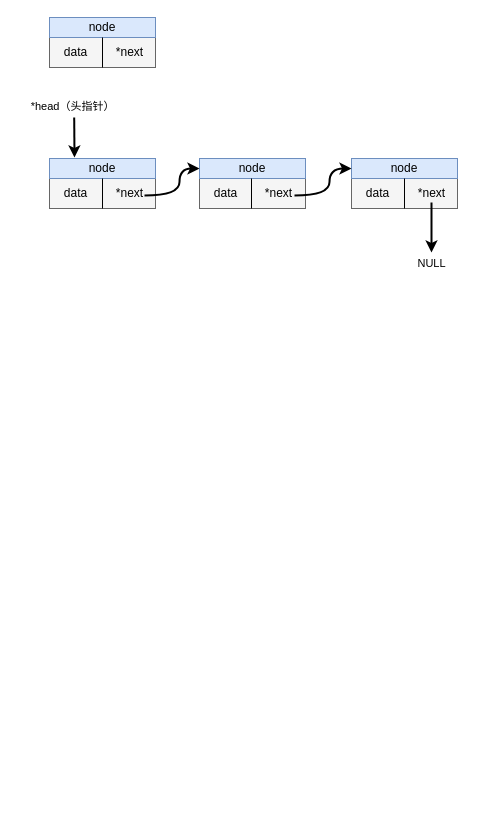
Above: misc/data-struck.drawio in wszdezh/misc (draw.io), before the change. Source tidied: cells renumbered, new cells numbered last; positions are measured from the earlier drawing's top-left corner, leaving out a move shared by most shapes. Both pictures are drawn from the tidied source at 100%, with x=0, y=0 at pixel (17, 17).
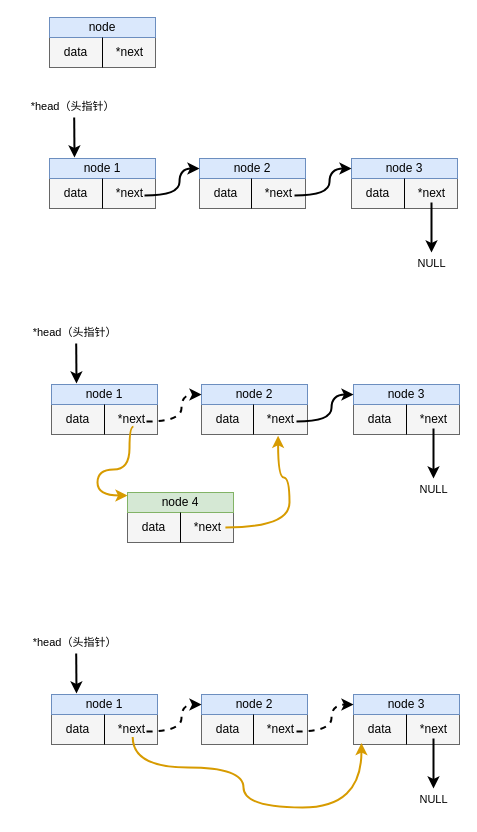
After the change.

Unchanged cells that the change refers to:
```xml
<mxCell id="9" style="group;" parent="1" vertex="1">
  <mxGeometry x="182" y="141" width="106" height="50" as="geometry" />
</mxCell>
<mxCell id="16" style="group;" parent="1" vertex="1">
  <mxGeometry x="32" y="141" width="106" height="50" as="geometry" />
</mxCell>
<mxCell id="24" style="group;" parent="1" vertex="1">
  <mxGeometry x="334" y="141" width="106" height="50" as="geometry" />
</mxCell>
```

What changed in the source:
```diff
@@
-    <mxCell id="11" value="node" style="rounded=0;whiteSpace=wrap;html=1;fillColor=#dae8fc;strokeColor=#6c8ebf;" parent="9" vertex="1">
+    <mxCell id="11" value="node 2" style="rounded=0;whiteSpace=wrap;html=1;fillColor=#dae8fc;strokeColor=#6c8ebf;" parent="9" vertex="1">
       <mxGeometry width="106" height="20" as="geometry" />
     </mxCell>
@@
-    <mxCell id="18" value="node" style="rounded=0;whiteSpace=wrap;html=1;fillColor=#dae8fc;strokeColor=#6c8ebf;" parent="16" vertex="1">
+    <mxCell id="18" value="node 1" style="rounded=0;whiteSpace=wrap;html=1;fillColor=#dae8fc;strokeColor=#6c8ebf;" parent="16" vertex="1">
       <mxGeometry width="106" height="20" as="geometry" />
     </mxCell>
@@
-    <mxCell id="26" value="node" style="rounded=0;whiteSpace=wrap;html=1;fillColor=#dae8fc;strokeColor=#6c8ebf;" parent="24" vertex="1">
+    <mxCell id="26" value="node 3" style="rounded=0;whiteSpace=wrap;html=1;fillColor=#dae8fc;strokeColor=#6c8ebf;" parent="24" vertex="1">
       <mxGeometry width="106" height="20" as="geometry" />
     </mxCell>
@@
+    <mxCell id="36" style="group;" parent="1" vertex="1">
+      <mxGeometry x="184" y="367" width="106" height="50" as="geometry" />
+    </mxCell>
+    <mxCell id="37" style="rounded=0;whiteSpace=wrap;html=1;fillColor=#f5f5f5;fontColor=#333333;strokeColor=#666666;" parent="36" vertex="1">
+      <mxGeometry y="20" width="106" height="30" as="geometry" />
+    </mxCell>
+    <mxCell id="38" value="node 2" style="rounded=0;whiteSpace=wrap;html=1;fillColor=#dae8fc;strokeColor=#6c8ebf;" parent="36" vertex="1">
+      <mxGeometry width="106" height="20" as="geometry" />
+    </mxCell>
+    <mxCell id="39" style="edgeStyle=orthogonalEdgeStyle;rounded=0;orthogonalLoop=1;jettySize=auto;html=1;exitX=0.5;exitY=1;exitDx=0;exitDy=0;" parent="36" edge="1">
+      <mxGeometry relative="1" as="geometry">
+        <mxPoint x="52" y="20" as="sourcePoint" />
+        <mxPoint x="52" y="20" as="targetPoint" />
+      </mxGeometry>
+    </mxCell>
+    <mxCell id="40" style="endArrow=none;html=1;rounded=0;exitX=0.5;exitY=1;exitDx=0;exitDy=0;entryX=0.5;entryY=0;entryDx=0;entryDy=0;" parent="36" edge="1">
+      <mxGeometry relative="1" as="geometry">
+        <mxPoint x="52" y="50" as="sourcePoint" />
+        <mxPoint x="52" y="20" as="targetPoint" />
+      </mxGeometry>
+    </mxCell>
+    <mxCell id="41" value="data" style="text;html=1;align=center;verticalAlign=middle;fillColor=none;strokeColor=none;rounded=0;" parent="36" vertex="1">
+      <mxGeometry x="1" y="20" width="50" height="30" as="geometry" />
+    </mxCell>
+    <mxCell id="42" value="*next" style="text;html=1;align=center;verticalAlign=middle;points=[];fillColor=none;strokeColor=none;rounded=0;" parent="36" vertex="1">
+      <mxGeometry x="54" y="20" width="50" height="30" as="geometry" />
+    </mxCell>
+    <mxCell id="43" style="group;" parent="1" vertex="1">
+      <mxGeometry x="34" y="367" width="106" height="50" as="geometry" />
+    </mxCell>
+    <mxCell id="44" style="rounded=0;whiteSpace=wrap;html=1;fillColor=#f5f5f5;fontColor=#333333;strokeColor=#666666;" parent="43" vertex="1">
+      <mxGeometry y="20" width="106" height="30" as="geometry" />
+    </mxCell>
+    <mxCell id="45" value="node 1" style="rounded=0;whiteSpace=wrap;html=1;fillColor=#dae8fc;strokeColor=#6c8ebf;" parent="43" vertex="1">
+      <mxGeometry width="106" height="20" as="geometry" />
+    </mxCell>
+    <mxCell id="46" style="edgeStyle=orthogonalEdgeStyle;rounded=0;orthogonalLoop=1;jettySize=auto;html=1;exitX=0.5;exitY=1;exitDx=0;exitDy=0;" parent="43" edge="1" source="45" target="45">
+      <mxGeometry relative="1" as="geometry" />
+    </mxCell>
+    <mxCell id="47" style="endArrow=none;html=1;rounded=0;exitX=0.5;exitY=1;exitDx=0;exitDy=0;entryX=0.5;entryY=0;entryDx=0;entryDy=0;" parent="43" edge="1" source="44" target="44">
+      <mxGeometry relative="1" as="geometry" />
+    </mxCell>
+    <mxCell id="48" value="data" style="text;html=1;align=center;verticalAlign=middle;fillColor=none;strokeColor=none;rounded=0;" parent="43" vertex="1">
+      <mxGeometry x="1" y="20" width="50" height="30" as="geometry" />
+    </mxCell>
+    <mxCell id="49" value="*next" style="text;html=1;align=center;verticalAlign=middle;fillColor=none;strokeColor=none;rounded=0;" parent="43" vertex="1">
+      <mxGeometry x="55" y="20" width="50" height="30" as="geometry" />
+    </mxCell>
+    <mxCell id="50" style="curved=1;endArrow=classic;html=1;rounded=0;edgeStyle=orthogonalEdgeStyle;strokeWidth=2;dashed=1;" parent="1" edge="1">
+      <mxGeometry relative="1" as="geometry">
+        <mxPoint x="129" y="404" as="sourcePoint" />
+        <mxPoint x="184" y="377" as="targetPoint" />
+        <Array as="points">
+          <mxPoint x="164" y="404" />
+          <mxPoint x="164" y="377" />
+        </Array>
+      </mxGeometry>
+    </mxCell>
+    <mxCell id="51" style="group;" parent="1" vertex="1">
+      <mxGeometry x="336" y="367" width="106" height="50" as="geometry" />
+    </mxCell>
+    <mxCell id="52" style="rounded=0;whiteSpace=wrap;html=1;fillColor=#f5f5f5;fontColor=#333333;strokeColor=#666666;" parent="51" vertex="1">
+      <mxGeometry y="20" width="106" height="30" as="geometry" />
+    </mxCell>
+    <mxCell id="53" value="node 3" style="rounded=0;whiteSpace=wrap;html=1;fillColor=#dae8fc;strokeColor=#6c8ebf;" parent="51" vertex="1">
+      <mxGeometry width="106" height="20" as="geometry" />
+    </mxCell>
+    <mxCell id="54" style="edgeStyle=orthogonalEdgeStyle;rounded=0;orthogonalLoop=1;jettySize=auto;html=1;exitX=0.5;exitY=1;exitDx=0;exitDy=0;" parent="51" edge="1" source="53" target="53">
+      <mxGeometry relative="1" as="geometry" />
+    </mxCell>
+    <mxCell id="55" style="endArrow=none;html=1;rounded=0;exitX=0.5;exitY=1;exitDx=0;exitDy=0;entryX=0.5;entryY=0;entryDx=0;entryDy=0;" parent="51" edge="1" source="52" target="52">
+      <mxGeometry relative="1" as="geometry" />
+    </mxCell>
+    <mxCell id="56" value="data" style="text;html=1;align=center;verticalAlign=middle;fillColor=none;strokeColor=none;rounded=0;" parent="51" vertex="1">
+      <mxGeometry x="1" y="20" width="50" height="30" as="geometry" />
+    </mxCell>
+    <mxCell id="57" value="*next" style="text;html=1;align=center;verticalAlign=middle;fillColor=none;strokeColor=none;rounded=0;" parent="51" vertex="1">
+      <mxGeometry x="55" y="20" width="50" height="30" as="geometry" />
+    </mxCell>
+    <mxCell id="58" style="curved=1;endArrow=classic;html=1;rounded=0;edgeStyle=orthogonalEdgeStyle;strokeWidth=2;" parent="1" edge="1" target="53">
+      <mxGeometry relative="1" as="geometry">
+        <mxPoint x="279" y="404" as="sourcePoint" />
+        <Array as="points">
+          <mxPoint x="314" y="404" />
+          <mxPoint x="314" y="377" />
+        </Array>
+      </mxGeometry>
+    </mxCell>
+    <mxCell id="59" style="endArrow=classic;html=1;rounded=0;labelBackgroundColor=default;strokeColor=default;fontFamily=Helvetica;fontSize=11;fontColor=default;shape=connector;curved=1;strokeWidth=2;" parent="1" edge="1">
+      <mxGeometry relative="1" as="geometry">
+        <mxPoint x="416" y="411" as="sourcePoint" />
+        <mxPoint x="416" y="461" as="targetPoint" />
+      </mxGeometry>
+    </mxCell>
+    <mxCell id="60" value="NULL" style="text;html=1;align=center;verticalAlign=middle;fillColor=none;strokeColor=none;rounded=0;fontFamily=Helvetica;fontSize=11;fontColor=default;" parent="1" vertex="1">
+      <mxGeometry x="391" y="457" width="50" height="30" as="geometry" />
+    </mxCell>
+    <mxCell id="61" value="*head（头指针）" style="text;html=1;align=center;verticalAlign=middle;fillColor=none;strokeColor=none;rounded=0;fontFamily=Helvetica;fontSize=11;fontColor=default;" parent="1" vertex="1">
+      <mxGeometry x="2" y="300" width="110" height="30" as="geometry" />
+    </mxCell>
+    <mxCell id="62" style="endArrow=classic;html=1;rounded=0;labelBackgroundColor=default;strokeColor=default;fontFamily=Helvetica;fontSize=11;fontColor=default;shape=connector;curved=1;strokeWidth=2;" parent="1" edge="1">
+      <mxGeometry relative="1" as="geometry">
+        <mxPoint x="58.7" y="326" as="sourcePoint" />
+        <mxPoint x="59" y="366" as="targetPoint" />
+      </mxGeometry>
+    </mxCell>
+    <mxCell id="63" style="group;fillColor=#D5E8D4;strokeColor=#82b366;" parent="1" vertex="1">
+      <mxGeometry x="110" y="475" width="106" height="50" as="geometry" />
+    </mxCell>
+    <mxCell id="64" style="rounded=0;whiteSpace=wrap;html=1;fillColor=#f5f5f5;fontColor=#333333;strokeColor=#666666;" parent="1" vertex="1">
+      <mxGeometry x="110" y="495" width="106" height="30" as="geometry" />
+    </mxCell>
+    <mxCell id="65" value="node 4" style="rounded=0;whiteSpace=wrap;html=1;fillColor=#d5e8d4;strokeColor=#82b366;" parent="1" vertex="1">
+      <mxGeometry x="110" y="475" width="106" height="20" as="geometry" />
+    </mxCell>
+    <mxCell id="66" style="edgeStyle=orthogonalEdgeStyle;rounded=0;orthogonalLoop=1;jettySize=auto;html=1;exitX=0.5;exitY=1;exitDx=0;exitDy=0;" parent="1" edge="1" source="65" target="65">
+      <mxGeometry relative="1" as="geometry" />
+    </mxCell>
+    <mxCell id="67" style="endArrow=none;html=1;rounded=0;exitX=0.5;exitY=1;exitDx=0;exitDy=0;entryX=0.5;entryY=0;entryDx=0;entryDy=0;" parent="1" edge="1" source="64" target="64">
+      <mxGeometry relative="1" as="geometry" />
+    </mxCell>
+    <mxCell id="68" value="data" style="text;html=1;align=center;verticalAlign=middle;fillColor=none;strokeColor=none;rounded=0;" parent="1" vertex="1">
+      <mxGeometry x="111" y="495" width="50" height="30" as="geometry" />
+    </mxCell>
+    <mxCell id="69" value="*next" style="text;html=1;align=center;verticalAlign=middle;fillColor=none;strokeColor=none;rounded=0;" parent="1" vertex="1">
+      <mxGeometry x="165" y="495" width="50" height="30" as="geometry" />
+    </mxCell>
+    <mxCell id="70" style="curved=1;endArrow=classic;html=1;rounded=0;edgeStyle=orthogonalEdgeStyle;strokeWidth=2;exitX=0.537;exitY=1.011;exitDx=0;exitDy=0;exitPerimeter=0;strokeColor=#d79b00;fillColor=#ffe6cc;" parent="1" edge="1">
+      <mxGeometry relative="1" as="geometry">
+        <mxPoint x="115.9" y="409.3" as="sourcePoint" />
+        <mxPoint x="110" y="478" as="targetPoint" />
+        <Array as="points">
+          <mxPoint x="112" y="409" />
+          <mxPoint x="112" y="452" />
+          <mxPoint x="80" y="452" />
+          <mxPoint x="80" y="478" />
+        </Array>
+      </mxGeometry>
+    </mxCell>
+    <mxCell id="71" style="curved=1;endArrow=classic;html=1;rounded=0;edgeStyle=orthogonalEdgeStyle;strokeWidth=2;exitX=0.537;exitY=1.011;exitDx=0;exitDy=0;exitPerimeter=0;strokeColor=#d79b00;fillColor=#ffe6cc;entryX=0.452;entryY=1.043;entryDx=0;entryDy=0;entryPerimeter=0;" parent="1" edge="1" target="42">
+      <mxGeometry relative="1" as="geometry">
+        <mxPoint x="207.9" y="510" as="sourcePoint" />
+        <Array as="points">
+          <mxPoint x="272" y="510" />
+          <mxPoint x="272" y="460" />
+          <mxPoint x="261" y="460" />
+        </Array>
+      </mxGeometry>
+    </mxCell>
+    <mxCell id="72" style="group;" parent="1" vertex="1">
+      <mxGeometry x="184" y="677" width="106" height="50" as="geometry" />
+    </mxCell>
+    <mxCell id="73" style="rounded=0;whiteSpace=wrap;html=1;fillColor=#f5f5f5;fontColor=#333333;strokeColor=#666666;" parent="72" vertex="1">
+      <mxGeometry y="20" width="106" height="30" as="geometry" />
+    </mxCell>
+    <mxCell id="74" value="node 2" style="rounded=0;whiteSpace=wrap;html=1;fillColor=#dae8fc;strokeColor=#6c8ebf;" parent="72" vertex="1">
+      <mxGeometry width="106" height="20" as="geometry" />
+    </mxCell>
+    <mxCell id="75" style="edgeStyle=orthogonalEdgeStyle;rounded=0;orthogonalLoop=1;jettySize=auto;html=1;exitX=0.5;exitY=1;exitDx=0;exitDy=0;" parent="72" edge="1">
+      <mxGeometry relative="1" as="geometry">
+        <mxPoint x="52" y="20" as="sourcePoint" />
+        <mxPoint x="52" y="20" as="targetPoint" />
+      </mxGeometry>
+    </mxCell>
+    <mxCell id="76" style="endArrow=none;html=1;rounded=0;exitX=0.5;exitY=1;exitDx=0;exitDy=0;entryX=0.5;entryY=0;entryDx=0;entryDy=0;" parent="72" edge="1">
+      <mxGeometry relative="1" as="geometry">
+        <mxPoint x="52" y="50" as="sourcePoint" />
+        <mxPoint x="52" y="20" as="targetPoint" />
+      </mxGeometry>
+    </mxCell>
+    <mxCell id="77" value="data" style="text;html=1;align=center;verticalAlign=middle;fillColor=none;strokeColor=none;rounded=0;" parent="72" vertex="1">
+      <mxGeometry x="1" y="20" width="50" height="30" as="geometry" />
+    </mxCell>
+    <mxCell id="78" value="*next" style="text;html=1;align=center;verticalAlign=middle;fillColor=none;strokeColor=none;rounded=0;" parent="72" vertex="1">
+      <mxGeometry x="54" y="20" width="50" height="30" as="geometry" />
+    </mxCell>
+    <mxCell id="79" style="group;" parent="1" vertex="1">
+      <mxGeometry x="34" y="677" width="106" height="50" as="geometry" />
+    </mxCell>
+    <mxCell id="80" style="rounded=0;whiteSpace=wrap;html=1;fillColor=#f5f5f5;fontColor=#333333;strokeColor=#666666;" parent="79" vertex="1">
+      <mxGeometry y="20" width="106" height="30" as="geometry" />
+    </mxCell>
+    <mxCell id="81" value="node 1" style="rounded=0;whiteSpace=wrap;html=1;fillColor=#dae8fc;strokeColor=#6c8ebf;" parent="79" vertex="1">
+      <mxGeometry width="106" height="20" as="geometry" />
+    </mxCell>
+    <mxCell id="82" style="edgeStyle=orthogonalEdgeStyle;rounded=0;orthogonalLoop=1;jettySize=auto;html=1;exitX=0.5;exitY=1;exitDx=0;exitDy=0;" parent="79" edge="1" source="81" target="81">
+      <mxGeometry relative="1" as="geometry" />
+    </mxCell>
+    <mxCell id="83" style="endArrow=none;html=1;rounded=0;exitX=0.5;exitY=1;exitDx=0;exitDy=0;entryX=0.5;entryY=0;entryDx=0;entryDy=0;" parent="79" edge="1" source="80" target="80">
+      <mxGeometry relative="1" as="geometry" />
+    </mxCell>
+    <mxCell id="84" value="data" style="text;html=1;align=center;verticalAlign=middle;fillColor=none;strokeColor=none;rounded=0;" parent="79" vertex="1">
+      <mxGeometry x="1" y="20" width="50" height="30" as="geometry" />
+    </mxCell>
+    <mxCell id="85" value="*next" style="text;html=1;align=center;verticalAlign=middle;fillColor=none;strokeColor=none;rounded=0;" parent="79" vertex="1">
+      <mxGeometry x="55" y="20" width="50" height="30" as="geometry" />
+    </mxCell>
+    <mxCell id="86" style="curved=1;endArrow=classic;html=1;rounded=0;edgeStyle=orthogonalEdgeStyle;strokeWidth=2;dashed=1;" parent="1" edge="1">
+      <mxGeometry relative="1" as="geometry">
+        <mxPoint x="129" y="714" as="sourcePoint" />
+        <mxPoint x="184" y="687" as="targetPoint" />
+        <Array as="points">
+          <mxPoint x="164" y="714" />
+          <mxPoint x="164" y="687" />
+        </Array>
+      </mxGeometry>
+    </mxCell>
+    <mxCell id="87" style="group;" parent="1" vertex="1">
+      <mxGeometry x="336" y="677" width="106" height="50" as="geometry" />
+    </mxCell>
+    <mxCell id="88" style="rounded=0;whiteSpace=wrap;html=1;fillColor=#f5f5f5;fontColor=#333333;strokeColor=#666666;" parent="87" vertex="1">
+      <mxGeometry y="20" width="106" height="30" as="geometry" />
+    </mxCell>
+    <mxCell id="89" value="node 3" style="rounded=0;whiteSpace=wrap;html=1;fillColor=#dae8fc;strokeColor=#6c8ebf;" parent="87" vertex="1">
+      <mxGeometry width="106" height="20" as="geometry" />
+    </mxCell>
+    <mxCell id="90" style="edgeStyle=orthogonalEdgeStyle;rounded=0;orthogonalLoop=1;jettySize=auto;html=1;exitX=0.5;exitY=1;exitDx=0;exitDy=0;" parent="87" edge="1" source="89" target="89">
+      <mxGeometry relative="1" as="geometry" />
+    </mxCell>
+    <mxCell id="91" style="endArrow=none;html=1;rounded=0;exitX=0.5;exitY=1;exitDx=0;exitDy=0;entryX=0.5;entryY=0;entryDx=0;entryDy=0;" parent="87" edge="1" source="88" target="88">
+      <mxGeometry relative="1" as="geometry" />
+    </mxCell>
+    <mxCell id="92" value="data" style="text;html=1;align=center;verticalAlign=middle;points=[];fillColor=none;strokeColor=none;rounded=0;" parent="87" vertex="1">
+      <mxGeometry x="1" y="20" width="50" height="30" as="geometry" />
+    </mxCell>
+    <mxCell id="93" value="*next" style="text;html=1;align=center;verticalAlign=middle;fillColor=none;strokeColor=none;rounded=0;" parent="87" vertex="1">
+      <mxGeometry x="55" y="20" width="50" height="30" as="geometry" />
+    </mxCell>
+    <mxCell id="94" style="curved=1;endArrow=classic;html=1;rounded=0;edgeStyle=orthogonalEdgeStyle;strokeWidth=2;dashed=1;" parent="1" edge="1" target="89">
+      <mxGeometry relative="1" as="geometry">
+        <mxPoint x="279" y="714" as="sourcePoint" />
+        <Array as="points">
+          <mxPoint x="314" y="714" />
+          <mxPoint x="314" y="687" />
+        </Array>
+      </mxGeometry>
+    </mxCell>
+    <mxCell id="95" style="endArrow=classic;html=1;rounded=0;labelBackgroundColor=default;strokeColor=default;fontFamily=Helvetica;fontSize=11;fontColor=default;shape=connector;curved=1;strokeWidth=2;" parent="1" edge="1">
+      <mxGeometry relative="1" as="geometry">
+        <mxPoint x="416" y="721" as="sourcePoint" />
+        <mxPoint x="416" y="771" as="targetPoint" />
+      </mxGeometry>
+    </mxCell>
+    <mxCell id="96" value="NULL" style="text;html=1;align=center;verticalAlign=middle;fillColor=none;strokeColor=none;rounded=0;fontFamily=Helvetica;fontSize=11;fontColor=default;" parent="1" vertex="1">
+      <mxGeometry x="391" y="767" width="50" height="30" as="geometry" />
+    </mxCell>
+    <mxCell id="97" value="*head（头指针）" style="text;html=1;align=center;verticalAlign=middle;fillColor=none;strokeColor=none;rounded=0;fontFamily=Helvetica;fontSize=11;fontColor=default;" parent="1" vertex="1">
+      <mxGeometry x="2" y="610" width="110" height="30" as="geometry" />
+    </mxCell>
+    <mxCell id="98" style="endArrow=classic;html=1;rounded=0;labelBackgroundColor=default;strokeColor=default;fontFamily=Helvetica;fontSize=11;fontColor=default;shape=connector;curved=1;strokeWidth=2;" parent="1" edge="1">
+      <mxGeometry relative="1" as="geometry">
+        <mxPoint x="58.7" y="636" as="sourcePoint" />
+        <mxPoint x="59" y="676" as="targetPoint" />
+      </mxGeometry>
+    </mxCell>
+    <mxCell id="99" style="curved=1;endArrow=classic;html=1;rounded=0;edgeStyle=orthogonalEdgeStyle;strokeWidth=2;exitX=0.585;exitY=0.913;exitDx=0;exitDy=0;exitPerimeter=0;strokeColor=#d79b00;fillColor=#ffe6cc;entryX=0.139;entryY=0.952;entryDx=0;entryDy=0;entryPerimeter=0;" parent="1" edge="1" target="92">
+      <mxGeometry relative="1" as="geometry">
+        <mxPoint x="115.2" y="719.4" as="sourcePoint" />
+        <Array as="points">
+          <mxPoint x="115" y="750" />
+          <mxPoint x="226" y="750" />
+          <mxPoint x="226" y="790" />
+          <mxPoint x="344" y="790" />
+        </Array>
+      </mxGeometry>
+    </mxCell>
```
